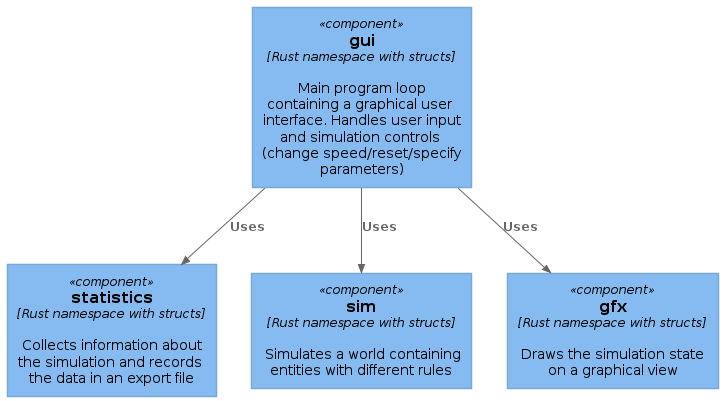
Before: design/component-diagram.png, a diagram exported from PlantUML (cuiter/2d-predator-prey-model). Source of this version:
```plantuml
@startuml

!include https://raw.githubusercontent.com/plantuml-stdlib/C4-PlantUML/v2.3.0/C4_Context.puml
!include https://raw.githubusercontent.com/plantuml-stdlib/C4-PlantUML/v2.3.0/C4_Container.puml
!include https://raw.githubusercontent.com/plantuml-stdlib/C4-PlantUML/v2.3.0/C4_Component.puml

Component(gui_component, "gui", "Rust namespace with structs", "Main program loop containing a graphical user interface. Handles user input and simulation controls (change speed/reset/specify parameters)")
Component(statistics_component, "statistics", "Rust namespace with structs", "Collects information about the simulation and records the data in an export file")
Component(sim_component, "sim", "Rust namespace with structs", "Simulates a world containing entities with different rules")
Component(gfx_component, "gfx", "Rust namespace with structs", "Draws the simulation state on a graphical view")

Rel(gui_component, sim_component, "Uses")
Rel(gui_component, gfx_component, "Uses")
Rel(gui_component, statistics_component, "Uses")

@enduml
```
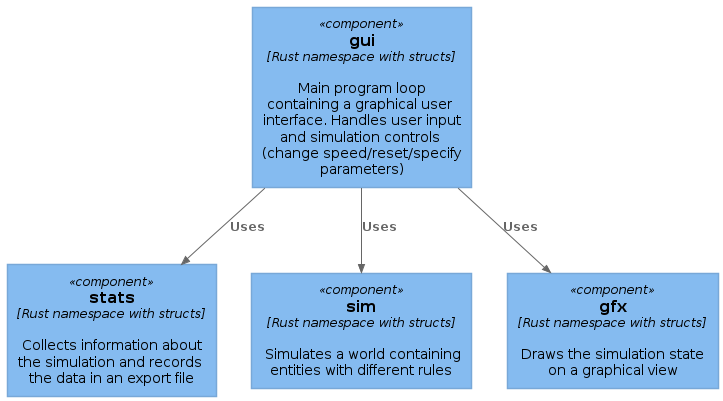
After the commit.

Commit message:
Add requirements to README and rename statistics -> stats

What changed in the source:
```diff
@@ -5,12 +5,12 @@
 !include https://raw.githubusercontent.com/plantuml-stdlib/C4-PlantUML/v2.3.0/C4_Component.puml
 
 Component(gui_component, "gui", "Rust namespace with structs", "Main program loop containing a graphical user interface. Handles user input and simulation controls (change speed/reset/specify parameters)")
-Component(statistics_component, "statistics", "Rust namespace with structs", "Collects information about the simulation and records the data in an export file")
+Component(stats_component, "stats", "Rust namespace with structs", "Collects information about the simulation and records the data in an export file")
 Component(sim_component, "sim", "Rust namespace with structs", "Simulates a world containing entities with different rules")
 Component(gfx_component, "gfx", "Rust namespace with structs", "Draws the simulation state on a graphical view")
 
 Rel(gui_component, sim_component, "Uses")
 Rel(gui_component, gfx_component, "Uses")
-Rel(gui_component, statistics_component, "Uses")
+Rel(gui_component, stats_component, "Uses")
 
 @enduml
```
